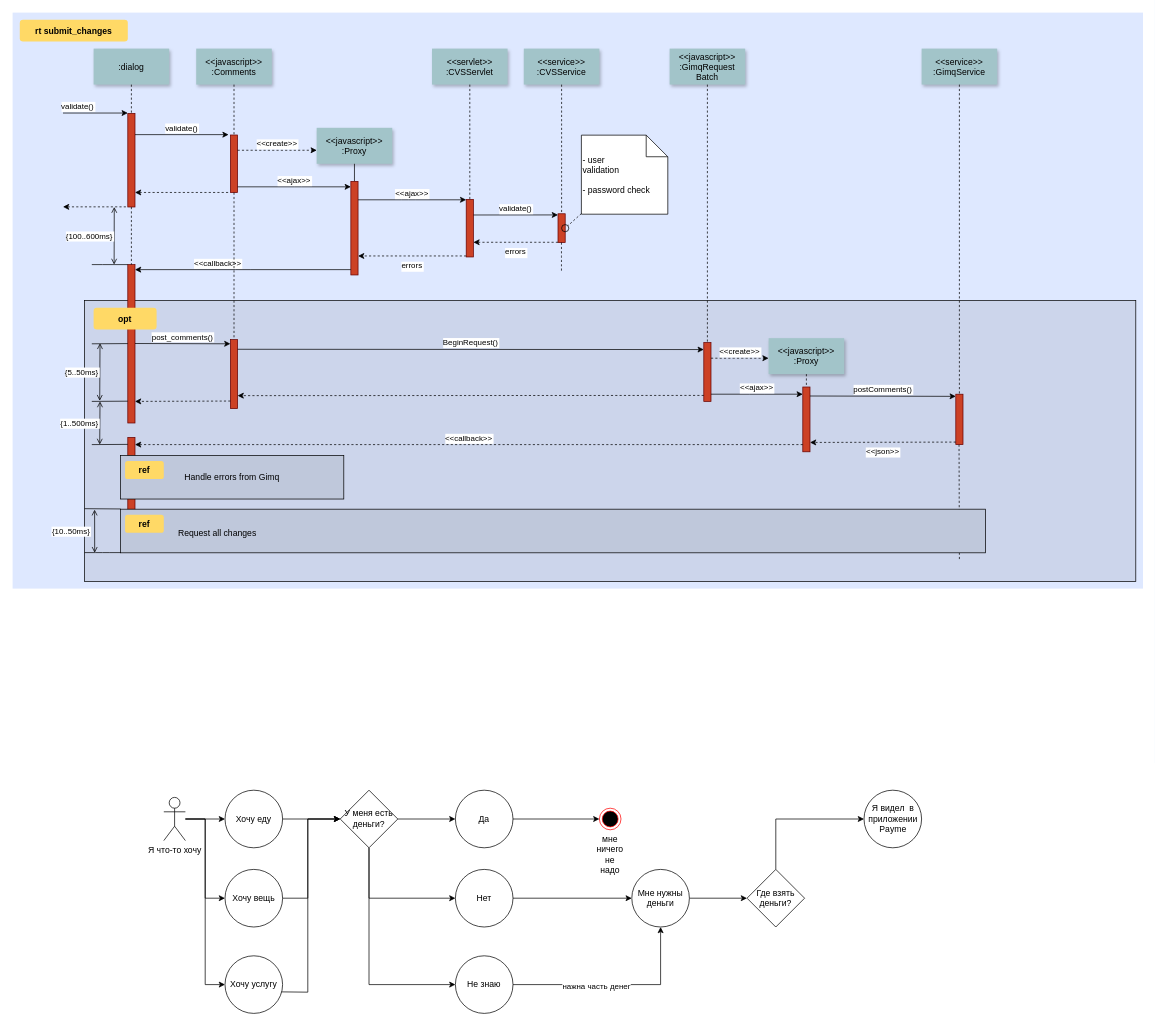
The draw.io diagram Диаграмма без названия.drawio in MinElmir/MVP, before the edit. Source tidied: cells renumbered, new cells numbered last; positions are measured from the earlier drawing's top-left corner, leaving out a move shared by most shapes. Both pictures are drawn from the tidied source at 72%, with x=0, y=0 at pixel (12, 12).
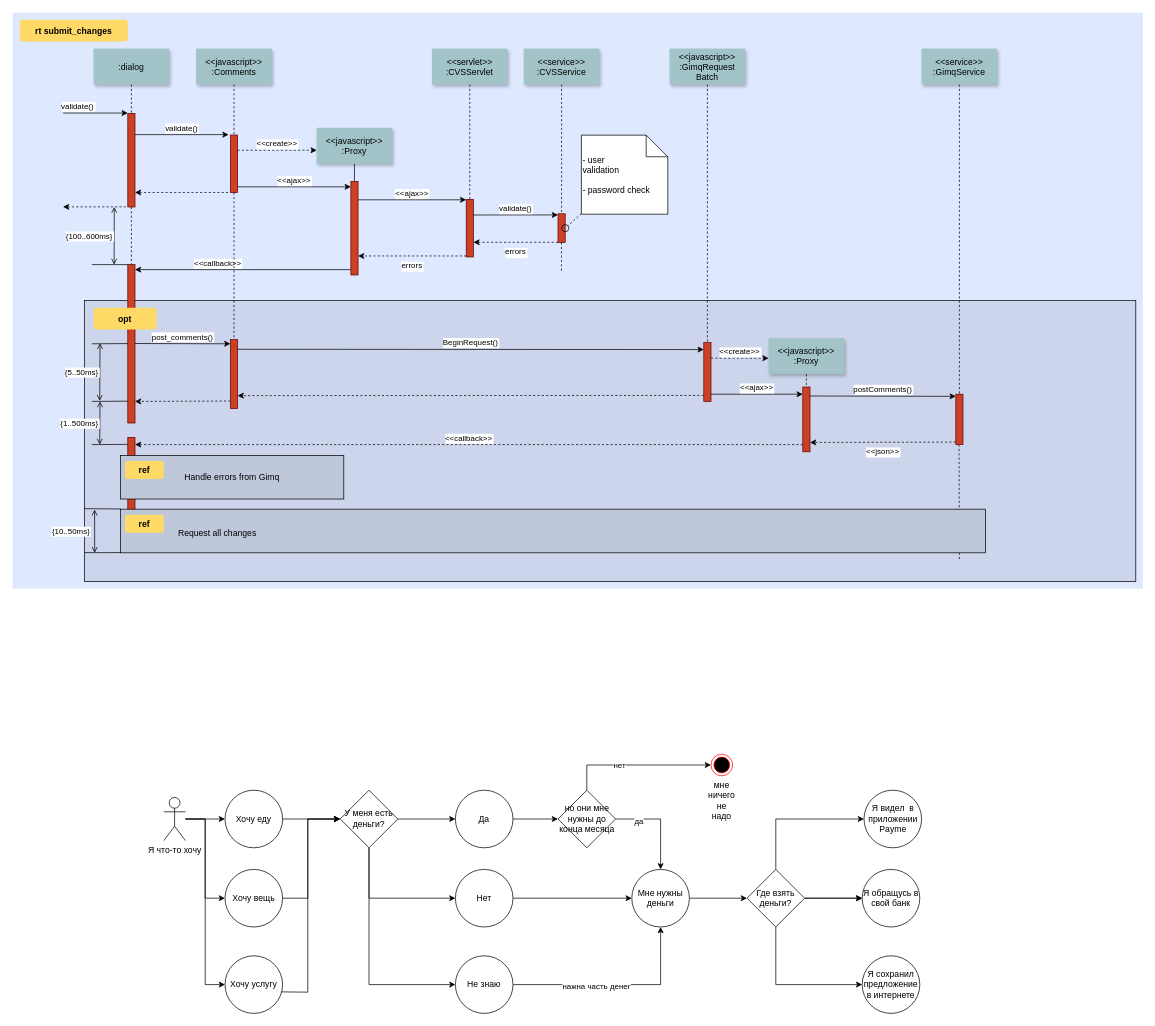
Above is the later version.

Unchanged cells that the change refers to:
```xml
<mxCell id="90" value="Да" style="ellipse;whiteSpace=wrap;html=1;verticalAlign=middle;" parent="1" vertex="1">
  <mxGeometry x="615" y="1080" width="80" height="80" as="geometry" />
</mxCell>
<mxCell id="98" value="Мне нужны деньги" style="ellipse;whiteSpace=wrap;html=1;verticalAlign=middle;" parent="1" vertex="1">
  <mxGeometry x="860" y="1190" width="80" height="80" as="geometry" />
</mxCell>
<mxCell id="100" value="Где взять деньги?" style="rhombus;whiteSpace=wrap;html=1;" parent="1" vertex="1">
  <mxGeometry x="1020" y="1190" width="80" height="80" as="geometry" />
</mxCell>
```

What changed in the source:
```diff
@@
-    <mxCell id="89" style="edgeStyle=orthogonalEdgeStyle;rounded=0;jettySize=auto;html=1;" parent="1" edge="1" source="90" target="96">
+    <mxCell id="89" style="edgeStyle=orthogonalEdgeStyle;rounded=0;jettySize=auto;html=1;exitX=0.5;exitY=0;exitDx=0;exitDy=0;entryX=0;entryY=0.5;entryDx=0;entryDy=0;" parent="1" edge="1" source="111" target="96">
       <mxGeometry relative="1" as="geometry" />
     </mxCell>
+    <mxCell id="102" value="нет" style="edgeLabel;html=1;align=center;verticalAlign=middle;" parent="89" vertex="1">
+      <mxGeometry x="-0.24" y="1" relative="1" as="geometry">
+        <mxPoint x="1" as="offset" />
+      </mxGeometry>
+    </mxCell>
@@
     <mxCell id="96" value="мне ничего не надо" style="ellipse;html=1;shape=endState;fillColor=#000000;strokeColor=#ff0000;noLabel=0;direction=east;portConstraintRotation=0;comic=0;whiteSpace=wrap;labelPosition=center;verticalLabelPosition=bottom;align=center;verticalAlign=top;" parent="1" vertex="1">
-      <mxGeometry x="815" y="1105" width="30" height="30" as="geometry" />
+      <mxGeometry x="970" y="1030" width="30" height="30" as="geometry" />
     </mxCell>
@@
+    <mxCell id="103" style="edgeStyle=orthogonalEdgeStyle;rounded=0;jettySize=auto;html=1;" parent="1" edge="1" source="100" target="106">
+      <mxGeometry relative="1" as="geometry" />
+    </mxCell>
+    <mxCell id="104" style="edgeStyle=orthogonalEdgeStyle;rounded=0;jettySize=auto;html=1;" parent="1" edge="1" source="100" target="106">
+      <mxGeometry relative="1" as="geometry" />
+    </mxCell>
+    <mxCell id="105" style="edgeStyle=orthogonalEdgeStyle;rounded=0;jettySize=auto;html=1;entryX=0;entryY=0.5;entryDx=0;entryDy=0;exitX=0.5;exitY=1;exitDx=0;exitDy=0;" parent="1" edge="1" source="100" target="107">
+      <mxGeometry relative="1" as="geometry" />
+    </mxCell>
@@
+    <mxCell id="106" value="Я обращусь в свой банк" style="ellipse;whiteSpace=wrap;html=1;" parent="1" vertex="1">
+      <mxGeometry x="1180" y="1190" width="80" height="80" as="geometry" />
+    </mxCell>
+    <mxCell id="107" value="Я сохранил предложение в интернете" style="ellipse;whiteSpace=wrap;html=1;" parent="1" vertex="1">
+      <mxGeometry x="1180" y="1310" width="80" height="80" as="geometry" />
+    </mxCell>
+    <mxCell id="108" style="edgeStyle=orthogonalEdgeStyle;rounded=0;jettySize=auto;html=1;" parent="1" edge="1" source="90" target="111">
+      <mxGeometry relative="1" as="geometry" />
+    </mxCell>
+    <mxCell id="109" style="edgeStyle=orthogonalEdgeStyle;rounded=0;jettySize=auto;html=1;" parent="1" edge="1" source="111" target="98">
+      <mxGeometry relative="1" as="geometry" />
+    </mxCell>
+    <mxCell id="110" value="да" style="edgeLabel;html=1;align=center;verticalAlign=middle;" parent="109" vertex="1">
+      <mxGeometry x="-0.51" y="-3" relative="1" as="geometry" />
+    </mxCell>
+    <mxCell id="111" value="но они мне нужны до конца месяца" style="rhombus;whiteSpace=wrap;html=1;" parent="1" vertex="1">
+      <mxGeometry x="757.5" y="1080" width="80" height="80" as="geometry" />
+    </mxCell>
```
